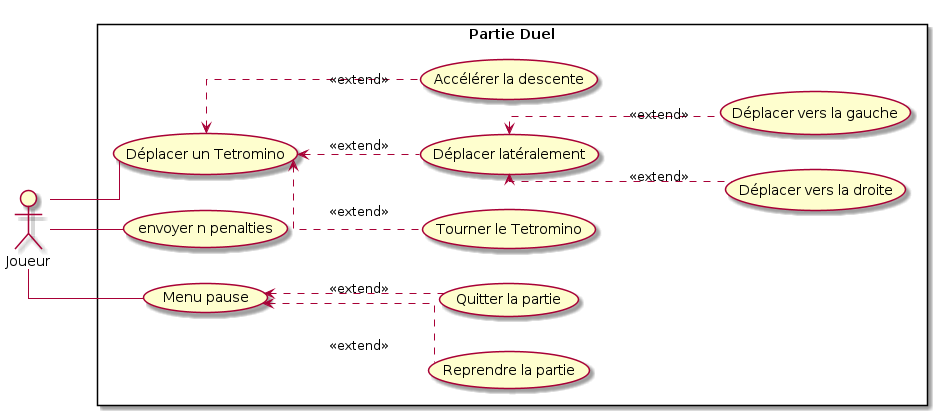
Earlier version of the PlantUML export res/uml/usecase/DualUseCase.png (ulb-info2-group5/Royal-Blocks). Its source is kept beside it as doc/uml/usecase/en-jeu/DualUseCase.plantuml.
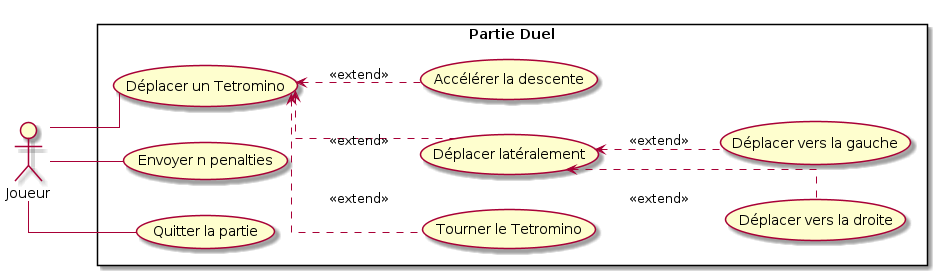
The same file after the commit.

What changed in the source:
```diff
@@ -10,20 +10,18 @@
     usecase "Déplacer un Tetromino" as move_piece
     usecase "Tourner le Tetromino" as rotate_piece
 
-    usecase "envoyer n penalties" as throw_penalty
+    usecase "Envoyer n penalties" as throw_penalty
 
     usecase "Déplacer latéralement" as lateral_movement
     usecase "Accélérer la descente" as increase_descent
     usecase "Déplacer vers la droite" as move_right
     usecase "Déplacer vers la gauche" as move_left
 
-    usecase "Menu pause" as pause_menu
-    usecase "Reprendre la partie" as resume_game
     usecase "Quitter la partie" as quit_game
 }
 
 player -- move_piece
-player -- pause_menu
+player -- quit_game
 player -- throw_penalty
 (move_piece) <-. (lateral_movement): <<extend>>
 (move_piece) <-. (increase_descent): <<extend>>
@@ -31,7 +29,6 @@
 (lateral_movement) <-. (move_right): <<extend>>
 (lateral_movement) <-. (move_left): <<extend>>
 
-(pause_menu) <-. (resume_game): <<extend>>
-(pause_menu) <-. (quit_game): <<extend>>
+
 
 @enduml
```
